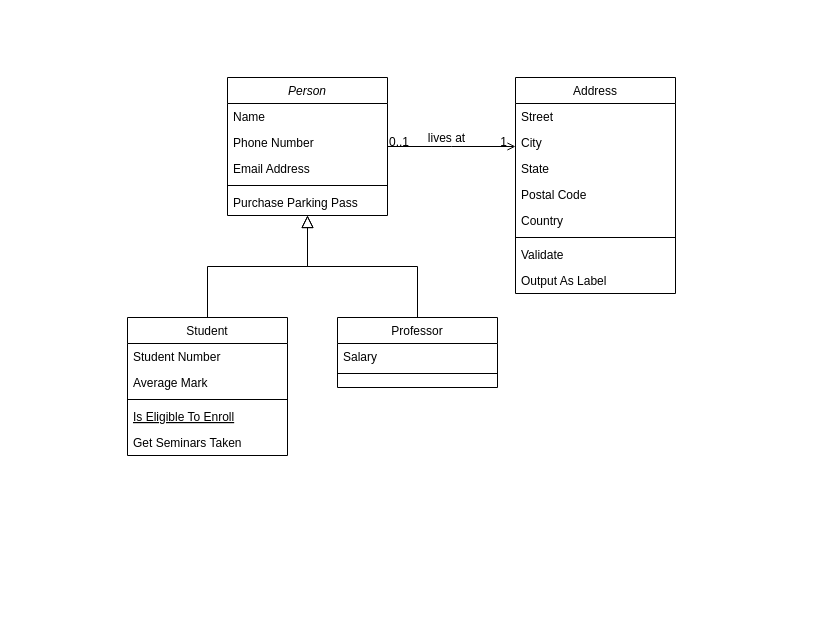
Earlier version of the draw.io diagram Untitled Diagram.drawio (Xuan-Spider/UML). Source tidied: cells renumbered, new cells numbered last; positions are measured from the earlier drawing's top-left corner, leaving out a move shared by most shapes. Both pictures are drawn from the tidied source at 100%, with x=0, y=0 at pixel (127, 77).
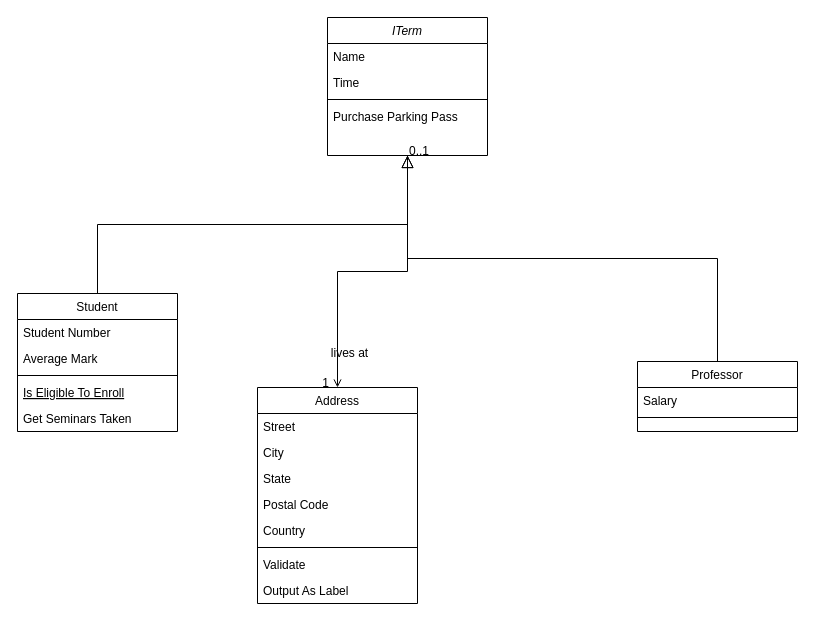
The same page after the edit.

Commit message:
AMIS_REVIEW

The edit, as a diff of the source:
```diff
@@
-    <mxCell id="2" value="Person" style="swimlane;fontStyle=2;align=center;verticalAlign=top;horizontal=1;startSize=26;rounded=0;shadow=0;strokeWidth=1;" parent="1" vertex="1">
-      <mxGeometry x="100" width="160" height="138" as="geometry" />
+    <mxCell id="2" value="ITerm" style="swimlane;fontStyle=2;align=center;verticalAlign=top;horizontal=1;startSize=26;rounded=0;shadow=0;strokeWidth=1;" parent="1" vertex="1">
+      <mxGeometry x="200" y="-60" width="160" height="138" as="geometry" />
     </mxCell>
-    <mxCell id="3" value="Name" style="text;align=left;verticalAlign=top;spacingLeft=4;spacingRight=4;overflow=hidden;" parent="2" vertex="1">
-      <mxGeometry y="26" width="160" height="26" as="geometry" />
-    </mxCell>
-    <mxCell id="4" value="Phone Number" style="text;align=left;verticalAlign=top;spacingLeft=4;spacingRight=4;overflow=hidden;rounded=0;shadow=0;html=0;" parent="2" vertex="1">
-      <mxGeometry y="52" width="160" height="26" as="geometry" />
+    <mxCell id="4" value="Name" style="text;align=left;verticalAlign=top;spacingLeft=4;spacingRight=4;overflow=hidden;rounded=0;shadow=0;html=0;" parent="2" vertex="1">
+      <mxGeometry y="26" width="160" height="26" as="geometry" />
     </mxCell>
-    <mxCell id="5" value="Email Address" style="text;align=left;verticalAlign=top;spacingLeft=4;spacingRight=4;overflow=hidden;rounded=0;shadow=0;html=0;" parent="2" vertex="1">
-      <mxGeometry y="78" width="160" height="26" as="geometry" />
+    <mxCell id="5" value="Time" style="text;align=left;verticalAlign=top;spacingLeft=4;spacingRight=4;overflow=hidden;rounded=0;shadow=0;html=0;" parent="2" vertex="1">
+      <mxGeometry y="52" width="160" height="26" as="geometry" />
     </mxCell>
     <mxCell id="6" style="line;html=1;strokeWidth=1;align=left;verticalAlign=middle;spacingTop=-1;spacingLeft=3;spacingRight=3;labelPosition=right;" parent="2" vertex="1">
-      <mxGeometry y="104" width="160" height="8" as="geometry" />
+      <mxGeometry y="78" width="160" height="8" as="geometry" />
     </mxCell>
     <mxCell id="7" value="Purchase Parking Pass" style="text;align=left;verticalAlign=top;spacingLeft=4;spacingRight=4;overflow=hidden;" parent="2" vertex="1">
-      <mxGeometry y="112" width="160" height="26" as="geometry" />
+      <mxGeometry y="86" width="160" height="26" as="geometry" />
     </mxCell>
     <mxCell id="8" value="Student" style="swimlane;fontStyle=0;align=center;verticalAlign=top;horizontal=1;startSize=26;rounded=0;shadow=0;strokeWidth=1;" parent="1" vertex="1">
-      <mxGeometry y="240" width="160" height="138" as="geometry" />
+      <mxGeometry x="-110" y="216" width="160" height="138" as="geometry" />
     </mxCell>
@@
     <mxCell id="15" value="Professor" style="swimlane;fontStyle=0;align=center;verticalAlign=top;horizontal=1;startSize=26;rounded=0;shadow=0;strokeWidth=1;" parent="1" vertex="1">
-      <mxGeometry x="210" y="240" width="160" height="70" as="geometry" />
+      <mxGeometry x="510" y="284" width="160" height="70" as="geometry" />
     </mxCell>
@@
     <mxCell id="19" value="Address" style="swimlane;fontStyle=0;align=center;verticalAlign=top;horizontal=1;startSize=26;rounded=0;shadow=0;strokeWidth=1;" parent="1" vertex="1">
-      <mxGeometry x="388" width="160" height="216" as="geometry" />
+      <mxGeometry x="130" y="310" width="160" height="216" as="geometry" />
     </mxCell>
```
